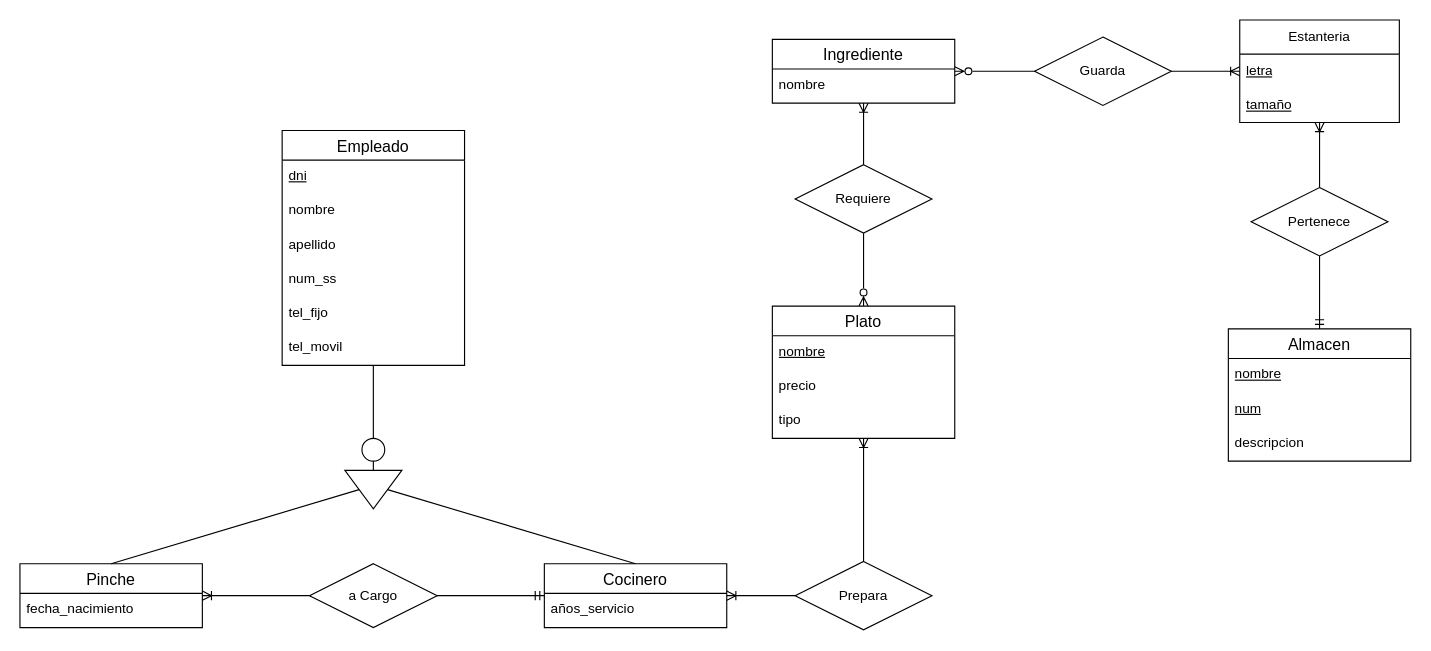
This is TA12Ej13.drawio from AlejandroCara/acr-tsys-modeloER-drawio-1110, a draw.io file, before an edit. Source tidied: cells renumbered, new cells numbered last; positions are measured from the earlier drawing's top-left corner, leaving out a move shared by most shapes. Both pictures are drawn from the tidied source at 114%, with x=0, y=0 at pixel (19, 19).
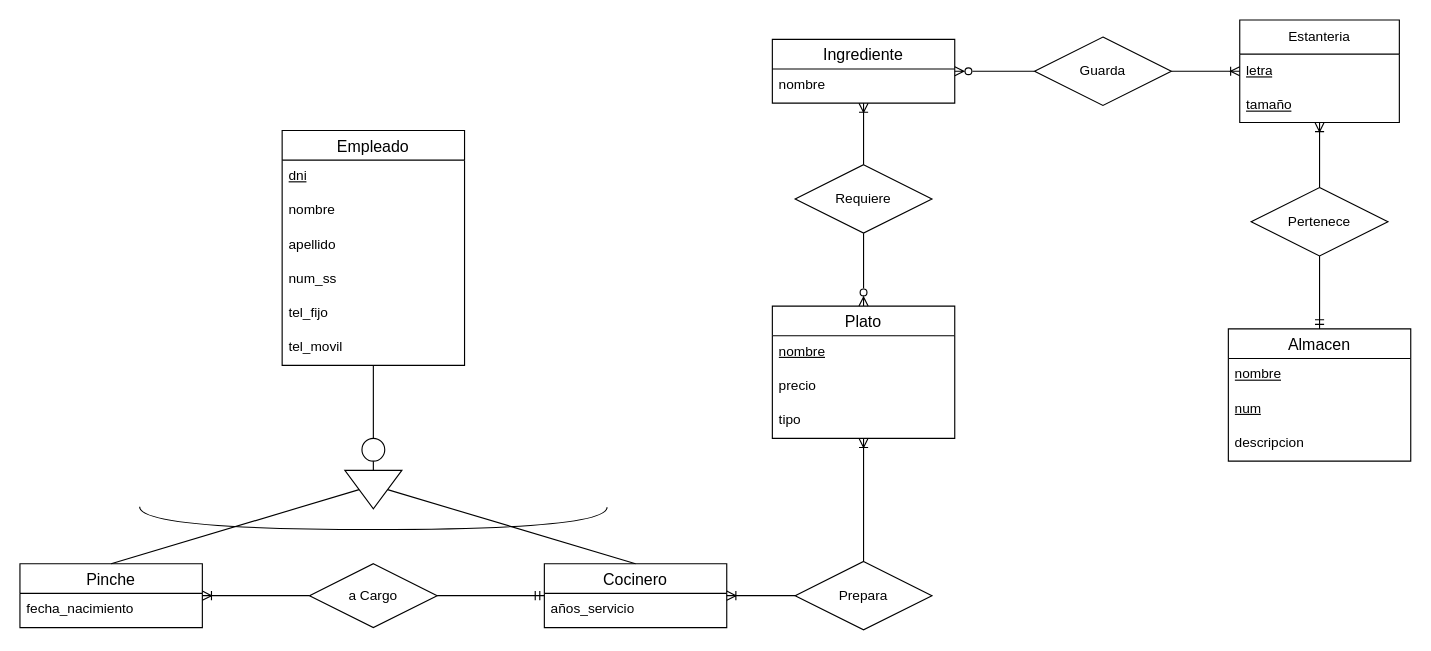
The same diagram, later.

Change to the diagram source:
```diff
@@
+    <mxCell id="47" style="endArrow=none;html=1;rounded=0;edgeStyle=orthogonalEdgeStyle;curved=1;" parent="1" edge="1">
+      <mxGeometry relative="1" as="geometry">
+        <mxPoint x="105" y="427" as="sourcePoint" />
+        <mxPoint x="515" y="427.4" as="targetPoint" />
+        <Array as="points">
+          <mxPoint x="105" y="447" />
+          <mxPoint x="515" y="447" />
+        </Array>
+      </mxGeometry>
+    </mxCell>
```
